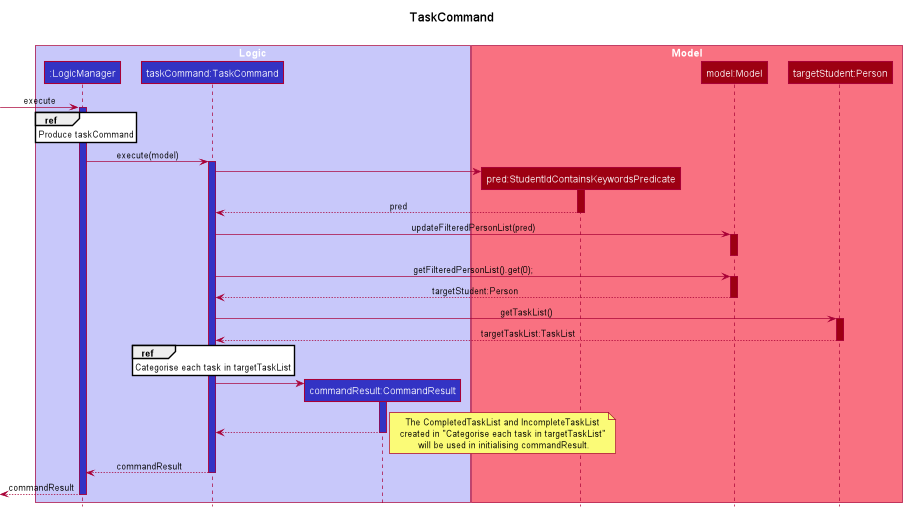
This is docs/images/TaskCommandSequenceDiagram-1.png from nus-cs2103-AY2122S2/tp, a PlantUML export, as it was before one commit. Its diagram source:
```plantuml
@startuml
!include style.puml

title TaskCommand\n

box "Logic" LOGIC_COLOR_T1
participant ":LogicManager" as LogicManager LOGIC_COLOR
participant "taskCommand:TaskCommand" as TaskCommand LOGIC_COLOR
participant "commandResult:CommandResult" as CommandResult LOGIC_COLOR
end box

box "Model" MODEL_COLOR_T1
participant "pred:StudentIdContainsKeywordsPredicate" as Predicate MODEL_COLOR
participant "model:Model" as Model MODEL_COLOR
participant "targetStudent:Person" as Person MODEL_COLOR
end box

[-> LogicManager : execute
activate LogicManager LOGIC_COLOR

ref over LogicManager: Produce taskCommand

LogicManager -> TaskCommand ++ LOGIC_COLOR: execute(model)

create Predicate
TaskCommand -> Predicate
activate Predicate MODEL_COLOR
Predicate --> TaskCommand: pred
deactivate Predicate

TaskCommand -> Model ++ MODEL_COLOR: updateFilteredPersonList(pred)
deactivate Model
TaskCommand -> Model ++ MODEL_COLOR: getFilteredPersonList().get(0);
Model --> TaskCommand MODEL_COLOR: targetStudent:Person
deactivate Model

TaskCommand -> Person ++ MODEL_COLOR: getTaskList()
Person --> TaskCommand -- MODEL_COLOR: targetTaskList:TaskList

ref over TaskCommand: Categorise each task in targetTaskList

create CommandResult
TaskCommand -> CommandResult
activate CommandResult LOGIC_COLOR
CommandResult --> TaskCommand
note right: The CompletedTaskList and IncompleteTaskList\ncreated in "Categorise each task in targetTaskList"\n will be used in initialising commandResult.
deactivate CommandResult

TaskCommand --> LogicManager -- LOGIC_COLOR: commandResult
[<--LogicManager --: commandResult
deactivate LogicManager

@enduml
```
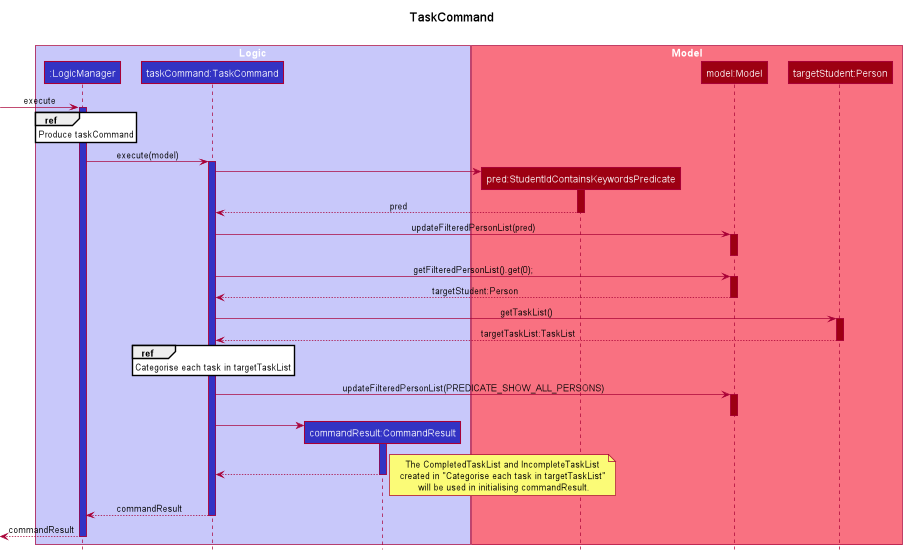
After the commit.

Commit message:
Update DG for task command

Change to the diagram source:
```diff
@@ -39,6 +39,9 @@
 
 ref over TaskCommand: Categorise each task in targetTaskList
 
+TaskCommand -> Model ++ MODEL_COLOR: updateFilteredPersonList(PREDICATE_SHOW_ALL_PERSONS)
+deactivate Model
+
 create CommandResult
 TaskCommand -> CommandResult
 activate CommandResult LOGIC_COLOR
```
